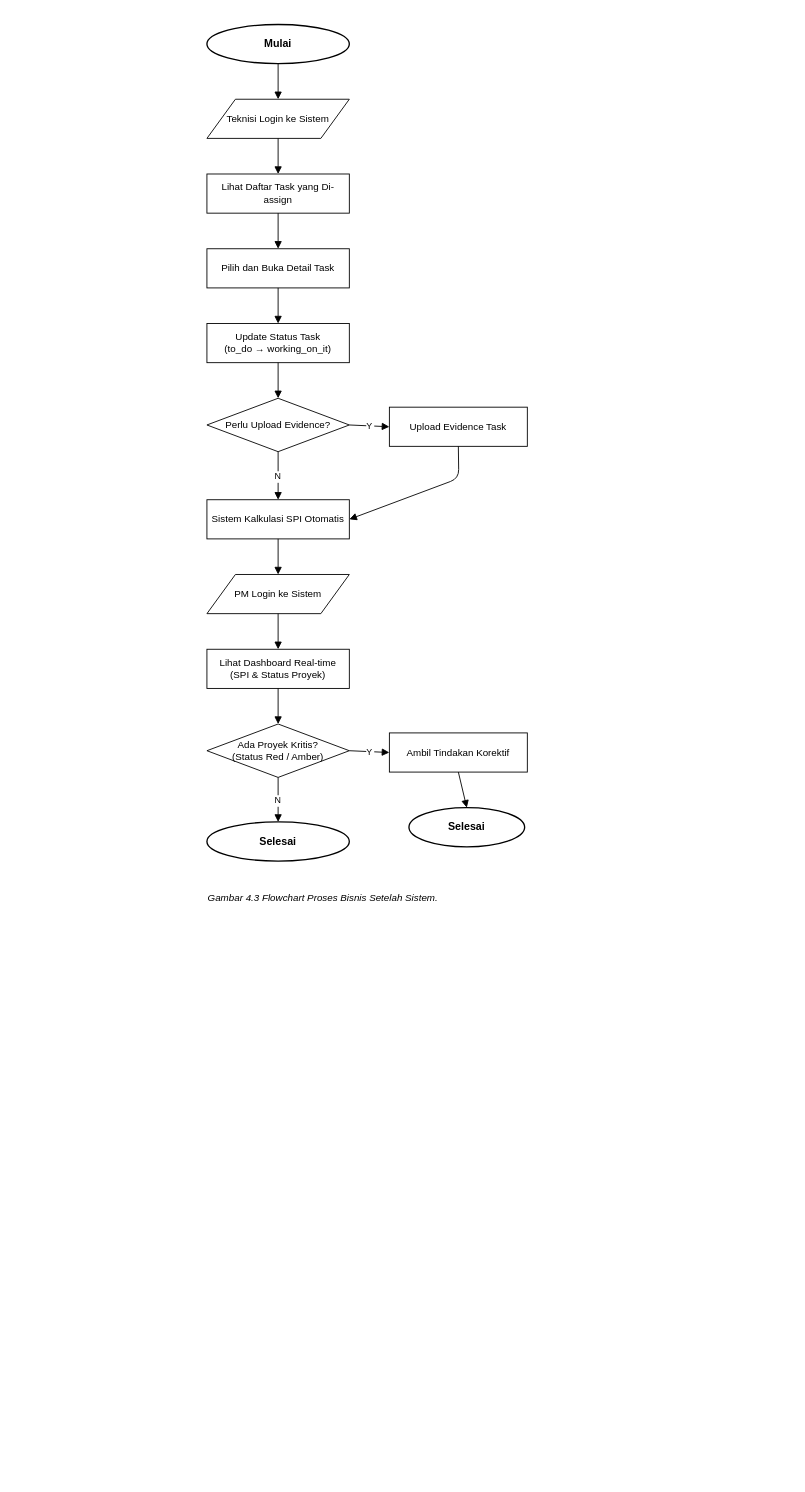
Above: diagram/03_FLOWCHART_PROSES_BISNIS_SETELAH_SISTEM.drawio in evelleura/shi-dashboard (draw.io), before the change. Source tidied: cells renumbered, new cells numbered last; positions are measured from the earlier drawing's top-left corner, leaving out a move shared by most shapes. Both pictures are drawn from the tidied source at 89%, with x=0, y=0 at pixel (135, 24).
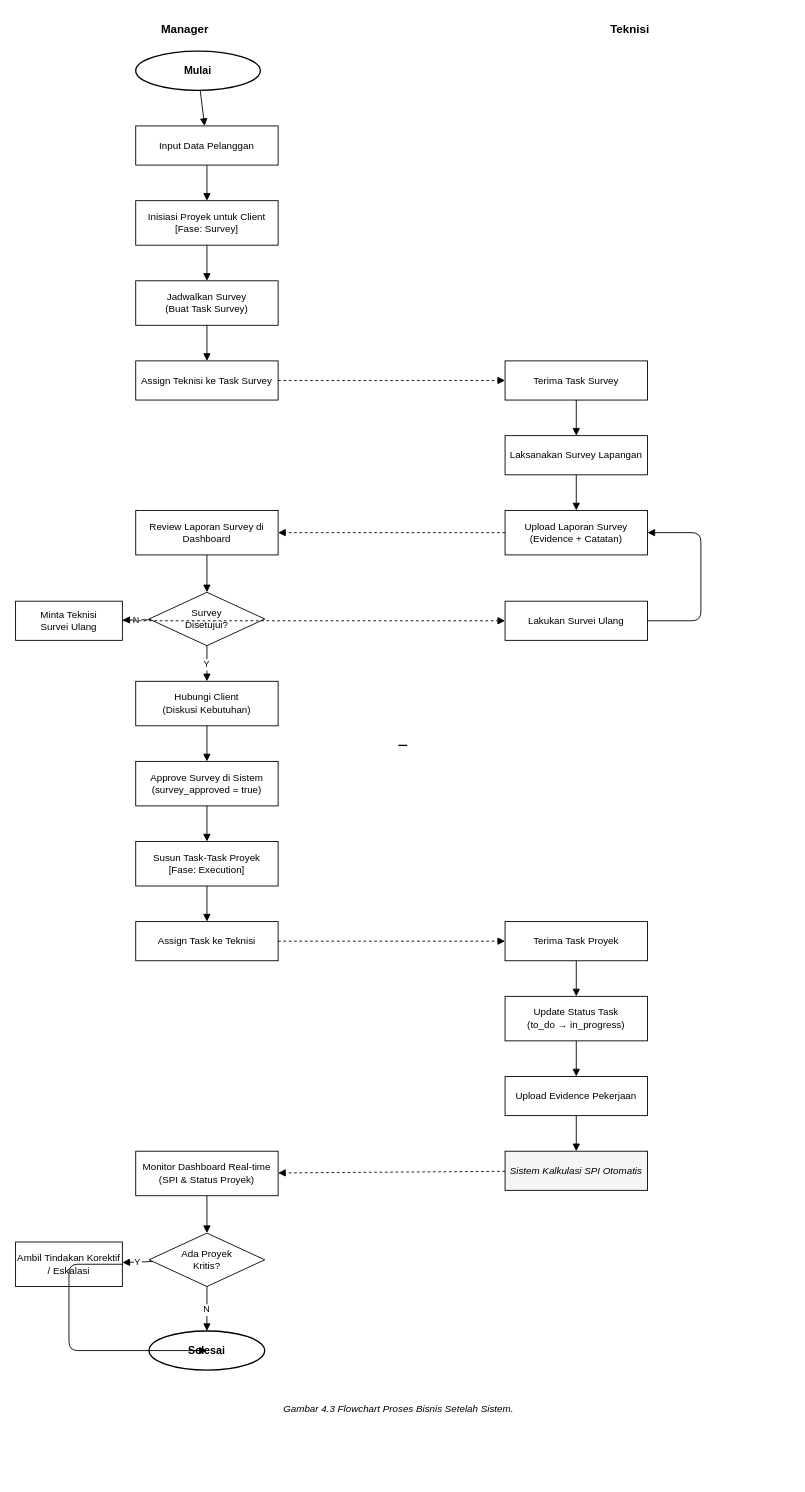
Above is the later version.

Diff of the diagram source:
```diff
@@
+    <mxCell id="31" value="Manager" style="text;html=1;align=center;verticalAlign=middle;strokeColor=none;fillColor=none;fontStyle=1;fontSize=13;fontColor=#000000;" parent="1" vertex="1">
+      <mxGeometry x="-125" y="-10" width="360" height="30" as="geometry" />
+    </mxCell>
+    <mxCell id="32" value="Teknisi" style="text;html=1;align=center;verticalAlign=middle;strokeColor=none;fillColor=none;fontStyle=1;fontSize=13;fontColor=#000000;" parent="1" vertex="1">
+      <mxGeometry x="375" y="-10" width="360" height="30" as="geometry" />
+    </mxCell>
+    <mxCell id="33" style="line;strokeColor=#000000;fillColor=none;strokeWidth=1.5;" parent="1" vertex="1">
+      <mxGeometry x="295" y="-10" width="10" height="1640" as="geometry" />
+    </mxCell>
     <mxCell id="2" value="Mulai" style="ellipse;whiteSpace=wrap;html=1;fillColor=#FFFFFF;strokeColor=#000000;strokeWidth=1.5;fontSize=12;fontColor=#000000;fontStyle=1;" parent="1" vertex="1">
-      <mxGeometry x="80" width="160" height="44" as="geometry" />
+      <mxGeometry y="30" width="140" height="44" as="geometry" />
     </mxCell>
-    <mxCell id="3" value="Teknisi Login ke Sistem" style="shape=parallelogram;perimeter=parallelogramPerimeter;whiteSpace=wrap;html=1;fillColor=#FFFFFF;strokeColor=#000000;strokeWidth=1;fontSize=11;fontColor=#000000;" parent="1" vertex="1">
-      <mxGeometry x="80" y="84" width="160" height="44" as="geometry" />
-    </mxCell>
-    <mxCell id="4" value="Lihat Daftar Task yang Di-assign" style="rounded=0;whiteSpace=wrap;html=1;fillColor=#FFFFFF;strokeColor=#000000;strokeWidth=1;fontSize=11;fontColor=#000000;" parent="1" vertex="1">
-      <mxGeometry x="80" y="168" width="160" height="44" as="geometry" />
-    </mxCell>
-    <mxCell id="5" value="Pilih dan Buka Detail Task" style="rounded=0;whiteSpace=wrap;html=1;fillColor=#FFFFFF;strokeColor=#000000;strokeWidth=1;fontSize=11;fontColor=#000000;" parent="1" vertex="1">
-      <mxGeometry x="80" y="252" width="160" height="44" as="geometry" />
-    </mxCell>
-    <mxCell id="6" value="Update Status Task&#10;(to_do → working_on_it)" style="rounded=0;whiteSpace=wrap;html=1;fillColor=#FFFFFF;strokeColor=#000000;strokeWidth=1;fontSize=11;fontColor=#000000;" parent="1" vertex="1">
-      <mxGeometry x="80" y="336" width="160" height="44" as="geometry" />
-    </mxCell>
-    <mxCell id="7" value="Perlu Upload Evidence?" style="rhombus;whiteSpace=wrap;html=1;fillColor=#FFFFFF;strokeColor=#000000;strokeWidth=1;fontSize=11;fontColor=#000000;" parent="1" vertex="1">
-      <mxGeometry x="80" y="420" width="160" height="60" as="geometry" />
-    </mxCell>
-    <mxCell id="8" value="Upload Evidence Task" style="rounded=0;whiteSpace=wrap;html=1;fillColor=#FFFFFF;strokeColor=#000000;strokeWidth=1;fontSize=11;fontColor=#000000;" parent="1" vertex="1">
-      <mxGeometry x="285" y="430" width="155" height="44" as="geometry" />
-    </mxCell>
+    <mxCell id="34" value="Input Data Pelanggan" style="rounded=0;whiteSpace=wrap;html=1;fillColor=#FFFFFF;strokeColor=#000000;strokeWidth=1;fontSize=11;fontColor=#000000;" parent="1" vertex="1">
+      <mxGeometry y="114" width="160" height="44" as="geometry" />
+    </mxCell>
+    <mxCell id="35" value="Inisiasi Proyek untuk Client&#10;[Fase: Survey]" style="rounded=0;whiteSpace=wrap;html=1;fillColor=#FFFFFF;strokeColor=#000000;strokeWidth=1;fontSize=11;fontColor=#000000;" parent="1" vertex="1">
+      <mxGeometry y="198" width="160" height="50" as="geometry" />
+    </mxCell>
+    <mxCell id="36" value="Jadwalkan Survey&#10;(Buat Task Survey)" style="rounded=0;whiteSpace=wrap;html=1;fillColor=#FFFFFF;strokeColor=#000000;strokeWidth=1;fontSize=11;fontColor=#000000;" parent="1" vertex="1">
+      <mxGeometry y="288" width="160" height="50" as="geometry" />
+    </mxCell>
+    <mxCell id="37" value="Assign Teknisi ke Task Survey" style="rounded=0;whiteSpace=wrap;html=1;fillColor=#FFFFFF;strokeColor=#000000;strokeWidth=1;fontSize=11;fontColor=#000000;" parent="1" vertex="1">
+      <mxGeometry y="378" width="160" height="44" as="geometry" />
+    </mxCell>
+    <mxCell id="38" value="Terima Task Survey" style="rounded=0;whiteSpace=wrap;html=1;fillColor=#FFFFFF;strokeColor=#000000;strokeWidth=1;fontSize=11;fontColor=#000000;" parent="1" vertex="1">
+      <mxGeometry x="415" y="378" width="160" height="44" as="geometry" />
+    </mxCell>
+    <mxCell id="39" value="Laksanakan Survey Lapangan" style="rounded=0;whiteSpace=wrap;html=1;fillColor=#FFFFFF;strokeColor=#000000;strokeWidth=1;fontSize=11;fontColor=#000000;" parent="1" vertex="1">
+      <mxGeometry x="415" y="462" width="160" height="44" as="geometry" />
+    </mxCell>
+    <mxCell id="40" value="Upload Laporan Survey&#10;(Evidence + Catatan)" style="rounded=0;whiteSpace=wrap;html=1;fillColor=#FFFFFF;strokeColor=#000000;strokeWidth=1;fontSize=11;fontColor=#000000;" parent="1" vertex="1">
+      <mxGeometry x="415" y="546" width="160" height="50" as="geometry" />
+    </mxCell>
+    <mxCell id="41" value="Review Laporan Survey di Dashboard" style="rounded=0;whiteSpace=wrap;html=1;fillColor=#FFFFFF;strokeColor=#000000;strokeWidth=1;fontSize=11;fontColor=#000000;" parent="1" vertex="1">
+      <mxGeometry y="546" width="160" height="50" as="geometry" />
+    </mxCell>
+    <mxCell id="42" value="Survey&#10;Disetujui?" style="rhombus;whiteSpace=wrap;html=1;fillColor=#FFFFFF;strokeColor=#000000;strokeWidth=1;fontSize=11;fontColor=#000000;" parent="1" vertex="1">
+      <mxGeometry x="15" y="638" width="130" height="60" as="geometry" />
+    </mxCell>
+    <mxCell id="43" value="Minta Teknisi&#10;Survei Ulang" style="rounded=0;whiteSpace=wrap;html=1;fillColor=#FFFFFF;strokeColor=#000000;strokeWidth=1;fontSize=11;fontColor=#000000;" parent="1" vertex="1">
+      <mxGeometry x="-135" y="648" width="120" height="44" as="geometry" />
+    </mxCell>
+    <mxCell id="44" value="Lakukan Survei Ulang" style="rounded=0;whiteSpace=wrap;html=1;fillColor=#FFFFFF;strokeColor=#000000;strokeWidth=1;fontSize=11;fontColor=#000000;" parent="1" vertex="1">
+      <mxGeometry x="415" y="648" width="160" height="44" as="geometry" />
+    </mxCell>
+    <mxCell id="45" value="Hubungi Client&#10;(Diskusi Kebutuhan)" style="rounded=0;whiteSpace=wrap;html=1;fillColor=#FFFFFF;strokeColor=#000000;strokeWidth=1;fontSize=11;fontColor=#000000;" parent="1" vertex="1">
+      <mxGeometry y="738" width="160" height="50" as="geometry" />
+    </mxCell>
+    <mxCell id="46" value="Approve Survey di Sistem&#10;(survey_approved = true)" style="rounded=0;whiteSpace=wrap;html=1;fillColor=#FFFFFF;strokeColor=#000000;strokeWidth=1;fontSize=11;fontColor=#000000;" parent="1" vertex="1">
+      <mxGeometry y="828" width="160" height="50" as="geometry" />
+    </mxCell>
+    <mxCell id="47" value="Susun Task-Task Proyek&#10;[Fase: Execution]" style="rounded=0;whiteSpace=wrap;html=1;fillColor=#FFFFFF;strokeColor=#000000;strokeWidth=1;fontSize=11;fontColor=#000000;" parent="1" vertex="1">
+      <mxGeometry y="918" width="160" height="50" as="geometry" />
+    </mxCell>
+    <mxCell id="48" value="Assign Task ke Teknisi" style="rounded=0;whiteSpace=wrap;html=1;fillColor=#FFFFFF;strokeColor=#000000;strokeWidth=1;fontSize=11;fontColor=#000000;" parent="1" vertex="1">
+      <mxGeometry y="1008" width="160" height="44" as="geometry" />
+    </mxCell>
+    <mxCell id="49" value="Terima Task Proyek" style="rounded=0;whiteSpace=wrap;html=1;fillColor=#FFFFFF;strokeColor=#000000;strokeWidth=1;fontSize=11;fontColor=#000000;" parent="1" vertex="1">
+      <mxGeometry x="415" y="1008" width="160" height="44" as="geometry" />
+    </mxCell>
+    <mxCell id="50" value="Update Status Task&#10;(to_do → in_progress)" style="rounded=0;whiteSpace=wrap;html=1;fillColor=#FFFFFF;strokeColor=#000000;strokeWidth=1;fontSize=11;fontColor=#000000;" parent="1" vertex="1">
+      <mxGeometry x="415" y="1092" width="160" height="50" as="geometry" />
+    </mxCell>
+    <mxCell id="51" value="Upload Evidence Pekerjaan" style="rounded=0;whiteSpace=wrap;html=1;fillColor=#FFFFFF;strokeColor=#000000;strokeWidth=1;fontSize=11;fontColor=#000000;" parent="1" vertex="1">
+      <mxGeometry x="415" y="1182" width="160" height="44" as="geometry" />
+    </mxCell>
-    <mxCell id="9" value="Sistem Kalkulasi SPI Otomatis" style="rounded=0;whiteSpace=wrap;html=1;fillColor=#FFFFFF;strokeColor=#000000;strokeWidth=1;fontSize=11;fontColor=#000000;" parent="1" vertex="1">
-      <mxGeometry x="80" y="534" width="160" height="44" as="geometry" />
+    <mxCell id="9" value="Sistem Kalkulasi SPI Otomatis" style="rounded=0;whiteSpace=wrap;html=1;fillColor=#F5F5F5;strokeColor=#000000;strokeWidth=1;fontSize=11;fontColor=#000000;fontStyle=2;" parent="1" vertex="1">
+      <mxGeometry x="415" y="1266" width="160" height="44" as="geometry" />
     </mxCell>
-    <mxCell id="10" value="PM Login ke Sistem" style="shape=parallelogram;perimeter=parallelogramPerimeter;whiteSpace=wrap;html=1;fillColor=#FFFFFF;strokeColor=#000000;strokeWidth=1;fontSize=11;fontColor=#000000;" parent="1" vertex="1">
-      <mxGeometry x="80" y="618" width="160" height="44" as="geometry" />
-    </mxCell>
-    <mxCell id="11" value="Lihat Dashboard Real-time&#10;(SPI &amp; Status Proyek)" style="rounded=0;whiteSpace=wrap;html=1;fillColor=#FFFFFF;strokeColor=#000000;strokeWidth=1;fontSize=11;fontColor=#000000;" parent="1" vertex="1">
-      <mxGeometry x="80" y="702" width="160" height="44" as="geometry" />
-    </mxCell>
-    <mxCell id="12" value="Ada Proyek Kritis?&#10;(Status Red / Amber)" style="rhombus;whiteSpace=wrap;html=1;fillColor=#FFFFFF;strokeColor=#000000;strokeWidth=1;fontSize=11;fontColor=#000000;" parent="1" vertex="1">
-      <mxGeometry x="80" y="786" width="160" height="60" as="geometry" />
-    </mxCell>
-    <mxCell id="13" value="Ambil Tindakan Korektif" style="rounded=0;whiteSpace=wrap;html=1;fillColor=#FFFFFF;strokeColor=#000000;strokeWidth=1;fontSize=11;fontColor=#000000;" parent="1" vertex="1">
-      <mxGeometry x="285" y="796" width="155" height="44" as="geometry" />
-    </mxCell>
-    <mxCell id="14" value="Selesai" style="ellipse;whiteSpace=wrap;html=1;fillColor=#FFFFFF;strokeColor=#000000;strokeWidth=1.5;fontSize=12;fontColor=#000000;fontStyle=1;" parent="1" vertex="1">
-      <mxGeometry x="307" y="880" width="130" height="44" as="geometry" />
-    </mxCell>
+    <mxCell id="52" value="Monitor Dashboard Real-time&#10;(SPI &amp; Status Proyek)" style="rounded=0;whiteSpace=wrap;html=1;fillColor=#FFFFFF;strokeColor=#000000;strokeWidth=1;fontSize=11;fontColor=#000000;" parent="1" vertex="1">
+      <mxGeometry y="1266" width="160" height="50" as="geometry" />
+    </mxCell>
+    <mxCell id="53" value="Ada Proyek&#10;Kritis?" style="rhombus;whiteSpace=wrap;html=1;fillColor=#FFFFFF;strokeColor=#000000;strokeWidth=1;fontSize=11;fontColor=#000000;" parent="1" vertex="1">
+      <mxGeometry x="15" y="1358" width="130" height="60" as="geometry" />
+    </mxCell>
+    <mxCell id="54" value="Ambil Tindakan Korektif&#10;/ Eskalasi" style="rounded=0;whiteSpace=wrap;html=1;fillColor=#FFFFFF;strokeColor=#000000;strokeWidth=1;fontSize=11;fontColor=#000000;" parent="1" vertex="1">
+      <mxGeometry x="-135" y="1368" width="120" height="50" as="geometry" />
+    </mxCell>
     <mxCell id="15" value="Selesai" style="ellipse;whiteSpace=wrap;html=1;fillColor=#FFFFFF;strokeColor=#000000;strokeWidth=1.5;fontSize=12;fontColor=#000000;fontStyle=1;" parent="1" vertex="1">
-      <mxGeometry x="80" y="896" width="160" height="44" as="geometry" />
+      <mxGeometry x="15" y="1468" width="130" height="44" as="geometry" />
     </mxCell>
     <mxCell id="16" value="Gambar 4.3 Flowchart Proses Bisnis Setelah Sistem." style="text;html=1;align=center;verticalAlign=middle;strokeColor=none;fillColor=none;fontStyle=2;fontSize=11;fontColor=#000000;" parent="1" vertex="1">
-      <mxGeometry y="966" width="420" height="30" as="geometry" />
+      <mxGeometry x="15" y="1540" width="560" height="30" as="geometry" />
     </mxCell>
-    <mxCell id="17" style="endArrow=block;endFill=1;strokeColor=#000000;strokeWidth=1;exitX=0.5;exitY=1;exitDx=0;exitDy=0;entryX=0.5;entryY=0;entryDx=0;entryDy=0;" parent="1" edge="1" source="2" target="3">
+    <mxCell id="17" style="endArrow=block;endFill=1;strokeColor=#000000;strokeWidth=1;" parent="1" edge="1" source="2" target="34">
       <mxGeometry relative="1" as="geometry" />
     </mxCell>
-    <mxCell id="18" style="endArrow=block;endFill=1;strokeColor=#000000;strokeWidth=1;exitX=0.5;exitY=1;exitDx=0;exitDy=0;entryX=0.5;entryY=0;entryDx=0;entryDy=0;" parent="1" edge="1" source="3" target="4">
+    <mxCell id="18" style="endArrow=block;endFill=1;strokeColor=#000000;strokeWidth=1;" parent="1" edge="1" source="34" target="35">
       <mxGeometry relative="1" as="geometry" />
     </mxCell>
-    <mxCell id="19" style="endArrow=block;endFill=1;strokeColor=#000000;strokeWidth=1;exitX=0.5;exitY=1;exitDx=0;exitDy=0;entryX=0.5;entryY=0;entryDx=0;entryDy=0;" parent="1" edge="1" source="4" target="5">
+    <mxCell id="19" style="endArrow=block;endFill=1;strokeColor=#000000;strokeWidth=1;" parent="1" edge="1" source="35" target="36">
       <mxGeometry relative="1" as="geometry" />
     </mxCell>
-    <mxCell id="20" style="endArrow=block;endFill=1;strokeColor=#000000;strokeWidth=1;exitX=0.5;exitY=1;exitDx=0;exitDy=0;entryX=0.5;entryY=0;entryDx=0;entryDy=0;" parent="1" edge="1" source="5" target="6">
+    <mxCell id="20" style="endArrow=block;endFill=1;strokeColor=#000000;strokeWidth=1;" parent="1" edge="1" source="36" target="37">
       <mxGeometry relative="1" as="geometry" />
     </mxCell>
-    <mxCell id="21" style="endArrow=block;endFill=1;strokeColor=#000000;strokeWidth=1;exitX=0.5;exitY=1;exitDx=0;exitDy=0;entryX=0.5;entryY=0;entryDx=0;entryDy=0;" parent="1" edge="1" source="6" target="7">
+    <mxCell id="21" style="endArrow=block;endFill=1;strokeColor=#000000;strokeWidth=1;dashed=1;" parent="1" edge="1" source="37" target="38">
       <mxGeometry relative="1" as="geometry" />
     </mxCell>
-    <mxCell id="22" value="Y" style="endArrow=block;endFill=1;strokeColor=#000000;strokeWidth=1;fontSize=10;fontColor=#000000;exitX=1;exitY=0.5;exitDx=0;exitDy=0;entryX=0;entryY=0.5;entryDx=0;entryDy=0;" parent="1" edge="1" source="7" target="8">
+    <mxCell id="22" style="endArrow=block;endFill=1;strokeColor=#000000;strokeWidth=1;" parent="1" edge="1" source="38" target="39">
       <mxGeometry relative="1" as="geometry" />
     </mxCell>
-    <mxCell id="23" style="endArrow=block;endFill=1;strokeColor=#000000;strokeWidth=1;exitX=0.5;exitY=1;exitDx=0;exitDy=0;entryX=1;entryY=0.5;entryDx=0;entryDy=0;" parent="1" edge="1" source="8" target="9">
-      <mxGeometry relative="1" as="geometry">
-        <Array as="points">
-          <mxPoint x="363" y="510" />
-          <mxPoint x="240" y="556" />
-        </Array>
-      </mxGeometry>
+    <mxCell id="23" style="endArrow=block;endFill=1;strokeColor=#000000;strokeWidth=1;" parent="1" edge="1" source="39" target="40">
+      <mxGeometry relative="1" as="geometry" />
     </mxCell>
-    <mxCell id="24" value="N" style="endArrow=block;endFill=1;strokeColor=#000000;strokeWidth=1;fontSize=10;fontColor=#000000;exitX=0.5;exitY=1;exitDx=0;exitDy=0;entryX=0.5;entryY=0;entryDx=0;entryDy=0;" parent="1" edge="1" source="7" target="9">
+    <mxCell id="24" style="endArrow=block;endFill=1;strokeColor=#000000;strokeWidth=1;dashed=1;" parent="1" edge="1" source="40" target="41">
       <mxGeometry relative="1" as="geometry" />
     </mxCell>
-    <mxCell id="25" style="endArrow=block;endFill=1;strokeColor=#000000;strokeWidth=1;exitX=0.5;exitY=1;exitDx=0;exitDy=0;entryX=0.5;entryY=0;entryDx=0;entryDy=0;" parent="1" edge="1" source="9" target="10">
+    <mxCell id="25" style="endArrow=block;endFill=1;strokeColor=#000000;strokeWidth=1;" parent="1" edge="1" source="41" target="42">
       <mxGeometry relative="1" as="geometry" />
     </mxCell>
-    <mxCell id="26" style="endArrow=block;endFill=1;strokeColor=#000000;strokeWidth=1;exitX=0.5;exitY=1;exitDx=0;exitDy=0;entryX=0.5;entryY=0;entryDx=0;entryDy=0;" parent="1" edge="1" source="10" target="11">
+    <mxCell id="26" value="N" style="endArrow=block;endFill=1;strokeColor=#000000;strokeWidth=1;fontSize=10;" parent="1" edge="1" source="42" target="43">
       <mxGeometry relative="1" as="geometry" />
     </mxCell>
-    <mxCell id="27" style="endArrow=block;endFill=1;strokeColor=#000000;strokeWidth=1;exitX=0.5;exitY=1;exitDx=0;exitDy=0;entryX=0.5;entryY=0;entryDx=0;entryDy=0;" parent="1" edge="1" source="11" target="12">
+    <mxCell id="27" style="endArrow=block;endFill=1;strokeColor=#000000;strokeWidth=1;dashed=1;" parent="1" edge="1" source="43" target="44">
       <mxGeometry relative="1" as="geometry" />
     </mxCell>
-    <mxCell id="28" value="Y" style="endArrow=block;endFill=1;strokeColor=#000000;strokeWidth=1;fontSize=10;fontColor=#000000;exitX=1;exitY=0.5;exitDx=0;exitDy=0;entryX=0;entryY=0.5;entryDx=0;entryDy=0;" parent="1" edge="1" source="12" target="13">
-      <mxGeometry relative="1" as="geometry" />
+    <mxCell id="28" style="endArrow=block;endFill=1;strokeColor=#000000;strokeWidth=1;exitX=1;exitY=0.5;exitDx=0;exitDy=0;entryX=1;entryY=0.5;entryDx=0;entryDy=0;" parent="1" edge="1" source="44" target="40">
+      <mxGeometry relative="1" as="geometry">
+        <Array as="points">
+          <mxPoint x="635" y="670" />
+          <mxPoint x="635" y="571" />
+        </Array>
+      </mxGeometry>
     </mxCell>
-    <mxCell id="29" style="endArrow=block;endFill=1;strokeColor=#000000;strokeWidth=1;exitX=0.5;exitY=1;exitDx=0;exitDy=0;entryX=0.5;entryY=0;entryDx=0;entryDy=0;" parent="1" edge="1" source="13" target="14">
+    <mxCell id="29" value="Y" style="endArrow=block;endFill=1;strokeColor=#000000;strokeWidth=1;fontSize=10;" parent="1" edge="1" source="42" target="45">
       <mxGeometry relative="1" as="geometry" />
     </mxCell>
-    <mxCell id="30" value="N" style="endArrow=block;endFill=1;strokeColor=#000000;strokeWidth=1;fontSize=10;fontColor=#000000;exitX=0.5;exitY=1;exitDx=0;exitDy=0;entryX=0.5;entryY=0;entryDx=0;entryDy=0;" parent="1" edge="1" source="12" target="15">
+    <mxCell id="30" style="endArrow=block;endFill=1;strokeColor=#000000;strokeWidth=1;" parent="1" edge="1" source="45" target="46">
       <mxGeometry relative="1" as="geometry" />
     </mxCell>
+    <mxCell id="55" style="endArrow=block;endFill=1;strokeColor=#000000;strokeWidth=1;" parent="1" edge="1" source="46" target="47">
+      <mxGeometry relative="1" as="geometry" />
+    </mxCell>
+    <mxCell id="56" style="endArrow=block;endFill=1;strokeColor=#000000;strokeWidth=1;" parent="1" edge="1" source="47" target="48">
+      <mxGeometry relative="1" as="geometry" />
+    </mxCell>
+    <mxCell id="57" style="endArrow=block;endFill=1;strokeColor=#000000;strokeWidth=1;dashed=1;" parent="1" edge="1" source="48" target="49">
+      <mxGeometry relative="1" as="geometry" />
+    </mxCell>
+    <mxCell id="58" style="endArrow=block;endFill=1;strokeColor=#000000;strokeWidth=1;" parent="1" edge="1" source="49" target="50">
+      <mxGeometry relative="1" as="geometry" />
+    </mxCell>
+    <mxCell id="59" style="endArrow=block;endFill=1;strokeColor=#000000;strokeWidth=1;" parent="1" edge="1" source="50" target="51">
+      <mxGeometry relative="1" as="geometry" />
+    </mxCell>
+    <mxCell id="60" style="endArrow=block;endFill=1;strokeColor=#000000;strokeWidth=1;" parent="1" edge="1" source="51" target="9">
+      <mxGeometry relative="1" as="geometry" />
+    </mxCell>
+    <mxCell id="61" style="endArrow=block;endFill=1;strokeColor=#000000;strokeWidth=1;dashed=1;" parent="1" edge="1" source="9" target="52">
+      <mxGeometry relative="1" as="geometry" />
+    </mxCell>
+    <mxCell id="62" style="endArrow=block;endFill=1;strokeColor=#000000;strokeWidth=1;" parent="1" edge="1" source="52" target="53">
+      <mxGeometry relative="1" as="geometry" />
+    </mxCell>
+    <mxCell id="63" value="Y" style="endArrow=block;endFill=1;strokeColor=#000000;strokeWidth=1;fontSize=10;" parent="1" edge="1" source="53" target="54">
+      <mxGeometry relative="1" as="geometry" />
+    </mxCell>
+    <mxCell id="64" style="endArrow=block;endFill=1;strokeColor=#000000;strokeWidth=1;" parent="1" edge="1" source="54" target="15">
+      <mxGeometry relative="1" as="geometry">
+        <Array as="points">
+          <mxPoint x="-75" y="1393" />
+          <mxPoint x="-75" y="1490" />
+          <mxPoint x="80" y="1490" />
+        </Array>
+      </mxGeometry>
+    </mxCell>
+    <mxCell id="65" value="N" style="endArrow=block;endFill=1;strokeColor=#000000;strokeWidth=1;fontSize=10;" parent="1" edge="1" source="53" target="15">
+      <mxGeometry relative="1" as="geometry" />
+    </mxCell>
```
